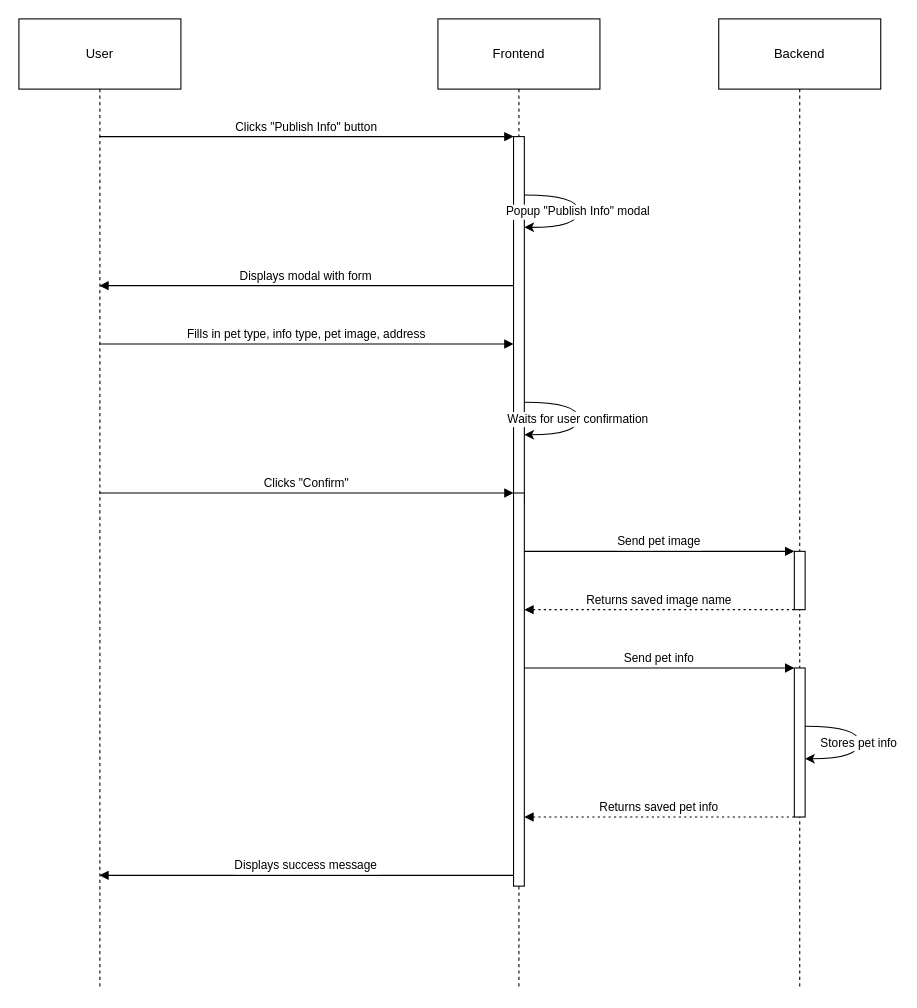
Above: 发布2序列图.drawio in Heart-clearing/git-demo (draw.io), before the change. Source tidied: cells renumbered, new cells numbered last; positions are measured from the earlier drawing's top-left corner, leaving out a move shared by most shapes. Both pictures are drawn from the tidied source at 108%, with x=0, y=0 at pixel (18, 18).
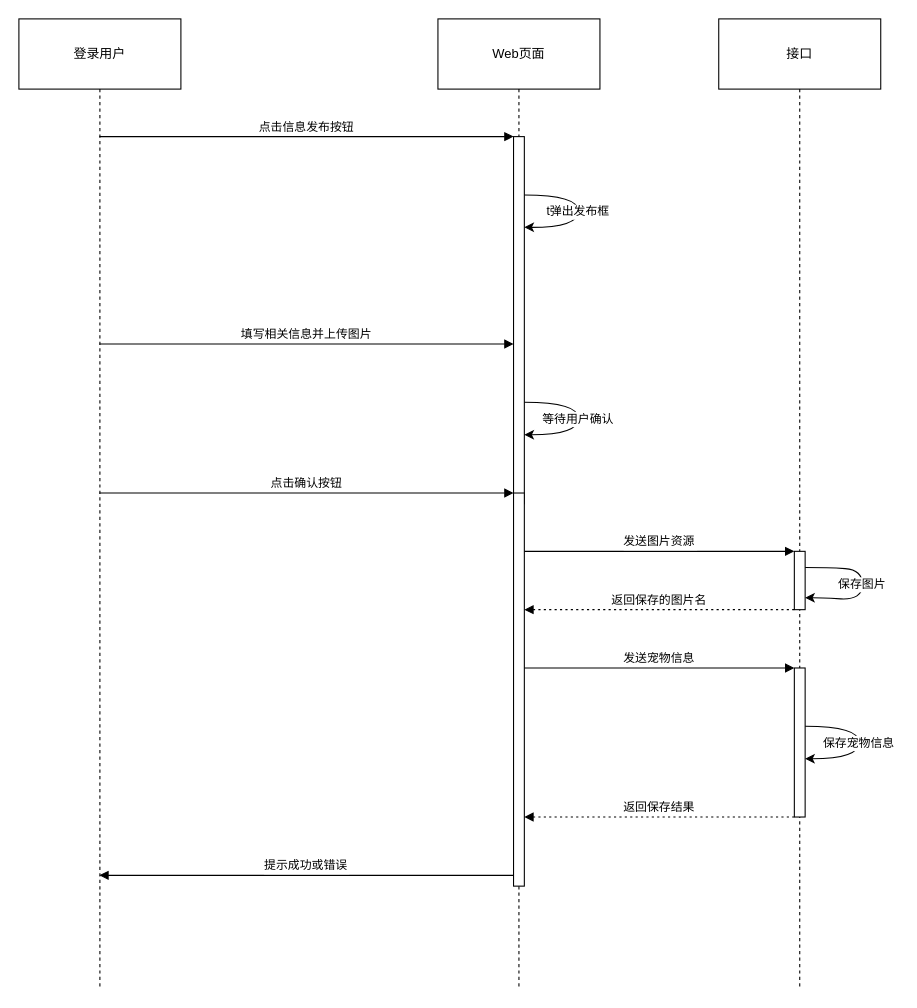
The same diagram, later.

Commit message:
更新发布2序列图.drawio

The change refers to these unchanged cells:
```xml
<mxCell id="4" style="points=[];perimeter=orthogonalPerimeter;outlineConnect=0;targetShapes=umlLifeline;portConstraint=eastwest;newEdgeStyle={&quot;edgeStyle&quot;:&quot;elbowEdgeStyle&quot;,&quot;elbow&quot;:&quot;vertical&quot;,&quot;curved&quot;:0,&quot;rounded&quot;:0};" parent="3" vertex="1">
  <mxGeometry x="70" y="109" width="10" height="340" as="geometry" />
</mxCell>
<mxCell id="5" style="points=[];perimeter=orthogonalPerimeter;outlineConnect=0;targetShapes=umlLifeline;portConstraint=eastwest;newEdgeStyle={&quot;edgeStyle&quot;:&quot;elbowEdgeStyle&quot;,&quot;elbow&quot;:&quot;vertical&quot;,&quot;curved&quot;:0,&quot;rounded&quot;:0};" parent="3" vertex="1">
  <mxGeometry x="70" y="439" width="10" height="364" as="geometry" />
</mxCell>
<mxCell id="7" style="points=[];perimeter=orthogonalPerimeter;outlineConnect=0;targetShapes=umlLifeline;portConstraint=eastwest;newEdgeStyle={&quot;edgeStyle&quot;:&quot;elbowEdgeStyle&quot;,&quot;elbow&quot;:&quot;vertical&quot;,&quot;curved&quot;:0,&quot;rounded&quot;:0};" parent="6" vertex="1">
  <mxGeometry x="70" y="493" width="10" height="54" as="geometry" />
</mxCell>
<mxCell id="8" style="points=[];perimeter=orthogonalPerimeter;outlineConnect=0;targetShapes=umlLifeline;portConstraint=eastwest;newEdgeStyle={&quot;edgeStyle&quot;:&quot;elbowEdgeStyle&quot;,&quot;elbow&quot;:&quot;vertical&quot;,&quot;curved&quot;:0,&quot;rounded&quot;:0};" parent="6" vertex="1">
  <mxGeometry x="70" y="601" width="10" height="138" as="geometry" />
</mxCell>
```

Diff of the diagram source:
```diff
@@
-    <mxCell id="2" value="User" style="shape=umlLifeline;perimeter=lifelinePerimeter;whiteSpace=wrap;outlineConnect=0;portConstraint=eastwest;newEdgeStyle={&quot;edgeStyle&quot;:&quot;elbowEdgeStyle&quot;,&quot;elbow&quot;:&quot;vertical&quot;,&quot;curved&quot;:0,&quot;rounded&quot;:0};size=65;" parent="1" vertex="1">
+    <mxCell id="2" value="登录用户" style="shape=umlLifeline;perimeter=lifelinePerimeter;whiteSpace=wrap;outlineConnect=0;portConstraint=eastwest;newEdgeStyle={&quot;edgeStyle&quot;:&quot;elbowEdgeStyle&quot;,&quot;elbow&quot;:&quot;vertical&quot;,&quot;curved&quot;:0,&quot;rounded&quot;:0};size=65;" parent="1" vertex="1">
       <mxGeometry width="150" height="898" as="geometry" />
     </mxCell>
-    <mxCell id="3" value="Frontend" style="shape=umlLifeline;perimeter=lifelinePerimeter;whiteSpace=wrap;newEdgeStyle={&quot;edgeStyle&quot;:&quot;elbowEdgeStyle&quot;,&quot;elbow&quot;:&quot;vertical&quot;,&quot;curved&quot;:0,&quot;rounded&quot;:0};size=65;" parent="1" vertex="1">
+    <mxCell id="3" value="Web页面" style="shape=umlLifeline;perimeter=lifelinePerimeter;whiteSpace=wrap;newEdgeStyle={&quot;edgeStyle&quot;:&quot;elbowEdgeStyle&quot;,&quot;elbow&quot;:&quot;vertical&quot;,&quot;curved&quot;:0,&quot;rounded&quot;:0};size=65;" parent="1" vertex="1">
       <mxGeometry x="388" width="150" height="898" as="geometry" />
     </mxCell>
@@
-    <mxCell id="6" value="Backend" style="shape=umlLifeline;perimeter=lifelinePerimeter;whiteSpace=wrap;newEdgeStyle={&quot;edgeStyle&quot;:&quot;elbowEdgeStyle&quot;,&quot;elbow&quot;:&quot;vertical&quot;,&quot;curved&quot;:0,&quot;rounded&quot;:0};size=65;" parent="1" vertex="1">
+    <mxCell id="6" value="接口" style="shape=umlLifeline;perimeter=lifelinePerimeter;whiteSpace=wrap;newEdgeStyle={&quot;edgeStyle&quot;:&quot;elbowEdgeStyle&quot;,&quot;elbow&quot;:&quot;vertical&quot;,&quot;curved&quot;:0,&quot;rounded&quot;:0};size=65;" parent="1" vertex="1">
       <mxGeometry x="648" width="150" height="898" as="geometry" />
     </mxCell>
@@
+    <mxCell id="21" value="保存图片" style="curved=1;" parent="6" edge="1" source="7" target="7">
+      <mxGeometry x="-0.01" relative="1" as="geometry">
+        <Array as="points">
+          <mxPoint x="101" y="508" />
+          <mxPoint x="133" y="510" />
+          <mxPoint x="133" y="538" />
+          <mxPoint x="93" y="536" />
+        </Array>
+      </mxGeometry>
+    </mxCell>
-    <mxCell id="9" value="Clicks &quot;Publish Info&quot; button" style="verticalAlign=bottom;endArrow=block;edgeStyle=elbowEdgeStyle;elbow=vertical;curved=0;rounded=0;" parent="1" edge="1" source="2" target="4">
+    <mxCell id="9" value="点击信息发布按钮" style="verticalAlign=bottom;endArrow=block;edgeStyle=elbowEdgeStyle;elbow=vertical;curved=0;rounded=0;" parent="1" edge="1" source="2" target="4">
       <mxGeometry relative="1" as="geometry">
         <Array as="points">
           <mxPoint x="279" y="109" />
         </Array>
       </mxGeometry>
     </mxCell>
-    <mxCell id="10" value="Popup &quot;Publish Info&quot; modal" style="curved=1;" parent="1" edge="1" source="4" target="4">
+    <mxCell id="10" value="t弹出发布框" style="curved=1;" parent="1" edge="1" source="4" target="4">
       <mxGeometry relative="1" as="geometry">
         <Array as="points">
           <mxPoint x="518" y="163" />
           <mxPoint x="518" y="193" />
         </Array>
       </mxGeometry>
     </mxCell>
-    <mxCell id="11" value="Displays modal with form" style="verticalAlign=bottom;endArrow=block;edgeStyle=elbowEdgeStyle;elbow=vertical;curved=0;rounded=0;" parent="1" edge="1" source="4" target="2">
-      <mxGeometry relative="1" as="geometry">
-        <Array as="points">
-          <mxPoint x="277" y="247" />
-        </Array>
-      </mxGeometry>
-    </mxCell>
-    <mxCell id="12" value="Fills in pet type, info type, pet image, address" style="verticalAlign=bottom;endArrow=block;edgeStyle=elbowEdgeStyle;elbow=vertical;curved=0;rounded=0;" parent="1" edge="1" source="2" target="4">
+    <mxCell id="12" value="填写相关信息并上传图片" style="verticalAlign=bottom;endArrow=block;edgeStyle=elbowEdgeStyle;elbow=vertical;curved=0;rounded=0;" parent="1" edge="1" source="2" target="4">
       <mxGeometry relative="1" as="geometry">
         <Array as="points">
           <mxPoint x="277" y="301" />
         </Array>
       </mxGeometry>
     </mxCell>
-    <mxCell id="13" value="Waits for user confirmation" style="curved=1;" parent="1" edge="1" source="4" target="4">
+    <mxCell id="13" value="等待用户确认" style="curved=1;" parent="1" edge="1" source="4" target="4">
       <mxGeometry relative="1" as="geometry">
         <Array as="points">
           <mxPoint x="518" y="355" />
           <mxPoint x="518" y="385" />
         </Array>
       </mxGeometry>
     </mxCell>
-    <mxCell id="14" value="Clicks &quot;Confirm&quot;" style="verticalAlign=bottom;endArrow=block;edgeStyle=elbowEdgeStyle;elbow=vertical;curved=0;rounded=0;" parent="1" edge="1" source="2" target="4">
+    <mxCell id="14" value="点击确认按钮" style="verticalAlign=bottom;endArrow=block;edgeStyle=elbowEdgeStyle;elbow=vertical;curved=0;rounded=0;" parent="1" edge="1" source="2" target="4">
       <mxGeometry relative="1" as="geometry">
         <Array as="points">
           <mxPoint x="277" y="439" />
         </Array>
       </mxGeometry>
     </mxCell>
-    <mxCell id="15" value="Send pet image" style="verticalAlign=bottom;endArrow=block;edgeStyle=elbowEdgeStyle;elbow=vertical;curved=0;rounded=0;" parent="1" edge="1" source="5" target="7">
+    <mxCell id="15" value="发送图片资源" style="verticalAlign=bottom;endArrow=block;edgeStyle=elbowEdgeStyle;elbow=vertical;curved=0;rounded=0;" parent="1" edge="1" source="5" target="7">
       <mxGeometry relative="1" as="geometry">
         <Array as="points">
           <mxPoint x="606" y="493" />
         </Array>
       </mxGeometry>
     </mxCell>
-    <mxCell id="16" value="Returns saved image name" style="verticalAlign=bottom;endArrow=block;edgeStyle=elbowEdgeStyle;elbow=vertical;curved=0;rounded=0;dashed=1;dashPattern=2 3;" parent="1" edge="1" source="7" target="5">
+    <mxCell id="16" value="返回保存的图片名" style="verticalAlign=bottom;endArrow=block;edgeStyle=elbowEdgeStyle;elbow=vertical;curved=0;rounded=0;dashed=1;dashPattern=2 3;" parent="1" edge="1" source="7" target="5">
       <mxGeometry relative="1" as="geometry">
         <Array as="points">
           <mxPoint x="603" y="547" />
         </Array>
       </mxGeometry>
     </mxCell>
-    <mxCell id="17" value="Send pet info" style="verticalAlign=bottom;endArrow=block;edgeStyle=elbowEdgeStyle;elbow=vertical;curved=0;rounded=0;" parent="1" edge="1" source="5" target="8">
+    <mxCell id="17" value="发送宠物信息" style="verticalAlign=bottom;endArrow=block;edgeStyle=elbowEdgeStyle;elbow=vertical;curved=0;rounded=0;" parent="1" edge="1" source="5" target="8">
       <mxGeometry relative="1" as="geometry">
         <Array as="points">
           <mxPoint x="606" y="601" />
         </Array>
       </mxGeometry>
     </mxCell>
-    <mxCell id="18" value="Stores pet info" style="curved=1;" parent="1" edge="1" source="8" target="8">
+    <mxCell id="18" value="保存宠物信息" style="curved=1;" parent="1" edge="1" source="8" target="8">
       <mxGeometry relative="1" as="geometry">
         <Array as="points">
           <mxPoint x="778" y="655" />
           <mxPoint x="778" y="685" />
         </Array>
       </mxGeometry>
     </mxCell>
-    <mxCell id="19" value="Returns saved pet info" style="verticalAlign=bottom;endArrow=block;edgeStyle=elbowEdgeStyle;elbow=vertical;curved=0;rounded=0;dashed=1;dashPattern=2 3;" parent="1" edge="1" source="8" target="5">
+    <mxCell id="19" value="返回保存结果" style="verticalAlign=bottom;endArrow=block;edgeStyle=elbowEdgeStyle;elbow=vertical;curved=0;rounded=0;dashed=1;dashPattern=2 3;" parent="1" edge="1" source="8" target="5">
       <mxGeometry relative="1" as="geometry">
         <Array as="points">
           <mxPoint x="603" y="739" />
         </Array>
       </mxGeometry>
     </mxCell>
-    <mxCell id="20" value="Displays success message" style="verticalAlign=bottom;endArrow=block;edgeStyle=elbowEdgeStyle;elbow=vertical;curved=0;rounded=0;" parent="1" edge="1" source="5" target="2">
+    <mxCell id="20" value="提示成功或错误" style="verticalAlign=bottom;endArrow=block;edgeStyle=elbowEdgeStyle;elbow=vertical;curved=0;rounded=0;" parent="1" edge="1" source="5" target="2">
       <mxGeometry relative="1" as="geometry">
         <Array as="points">
           <mxPoint x="277" y="793" />
         </Array>
       </mxGeometry>
     </mxCell>
```
